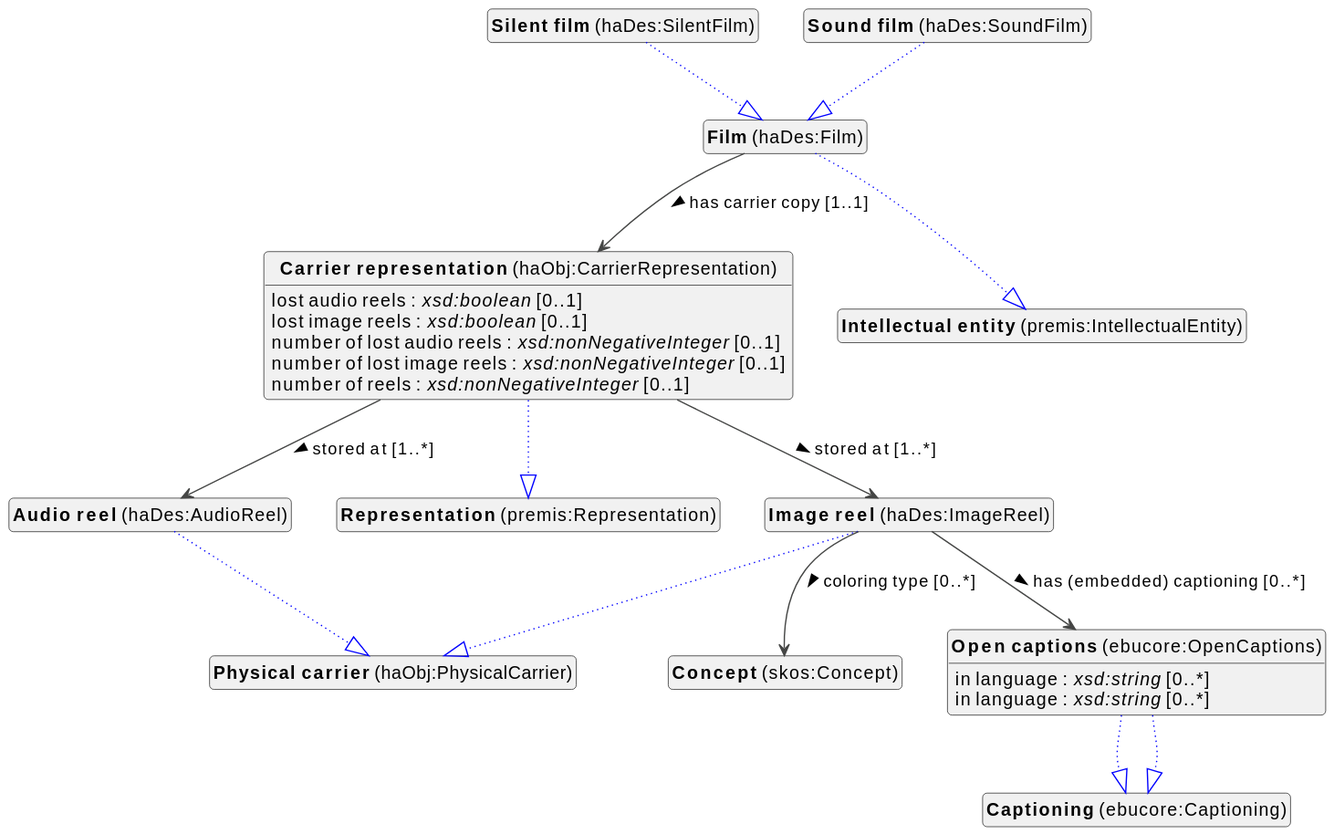
viaacode/documentation keeps this PlantUML diagram as docs/metadata/knowledge-graph/1.0.0/film/en/film-diagram.svg. Above is the earlier version.
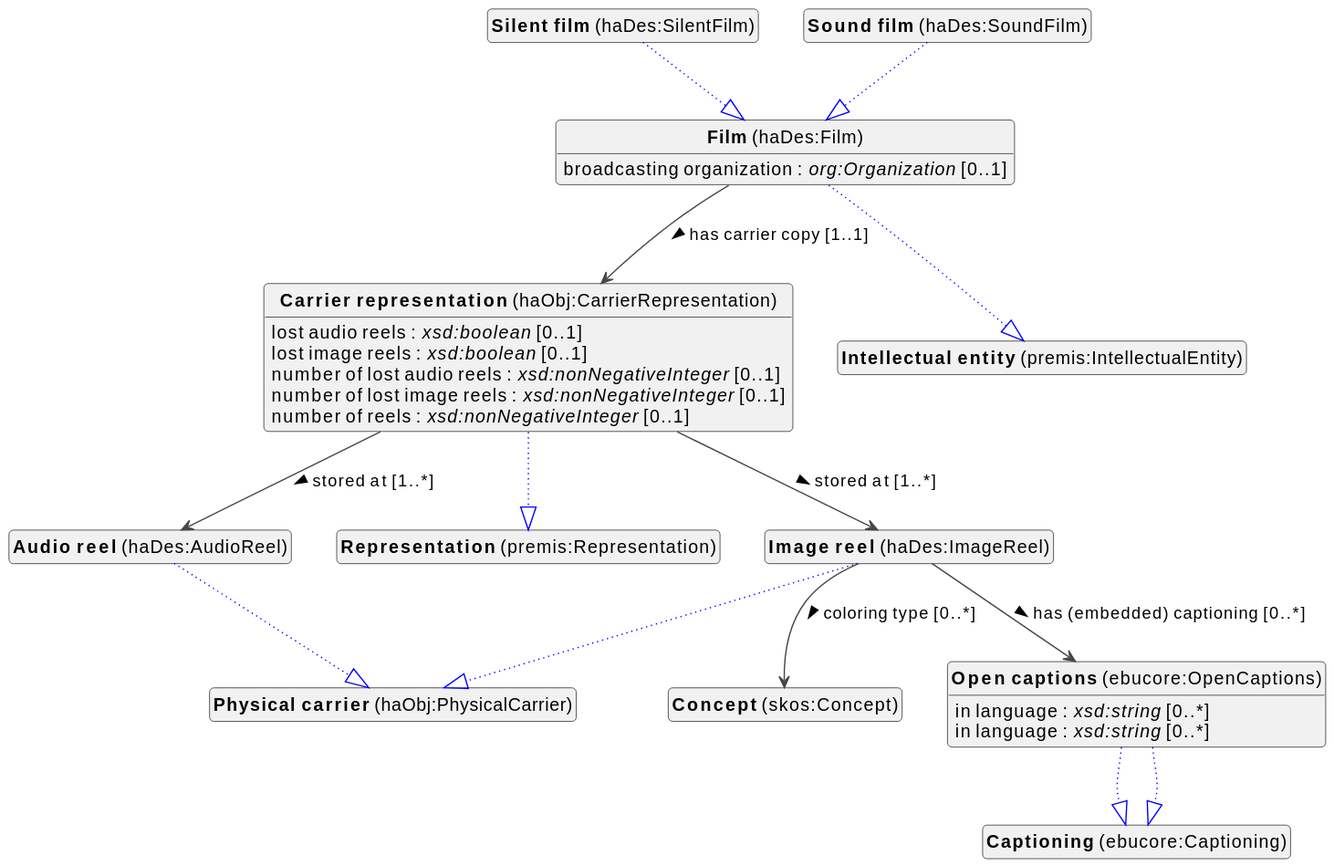
Later version of the same file.

What changed in the source:
```diff
@@ -14,7 +14,7 @@
 class "<b>Physical carrier</b> (haObj:PhysicalCarrier)" as haObj_PhysicalCarrier [[#haObj%3APhysicalCarrier]]
 class "<b>Carrier representation</b> (haObj:CarrierRepresentation)" as haObj_CarrierRepresentation [[../../audiovisual/en#haObj%3ACarrierRepresentation]]
 class "<b>Representation</b> (premis:Representation)" as premis_Representation [[#premis%3ARepresentation]]
-class "<b>Concept</b> (skos:Concept)" as skos_Concept [[../../terms/en#skos%3AConcept]]
+class "<b>Concept</b> (skos:Concept)" as skos_Concept [[../../rights/en#skos%3AConcept]]
 class "<b>Film</b> (haDes:Film)" as haDes_Film [[#haDes%3AFilm]]
 class "<b>Intellectual entity</b> (premis:IntellectualEntity)" as premis_IntellectualEntity [[#premis%3AIntellectualEntity]]
 class "<b>Image reel</b> (haDes:ImageReel)" as haDes_ImageReel [[#haDes%3AImageReel]]
@@ -47,7 +47,9 @@
 
 haDes_Film --|> premis_IntellectualEntity #blue;line.dotted;text:blue
 
+haDes_Film : broadcasting organization : <i>org:Organization</i> [0..1]
 haDes_Film --> haObj_CarrierRepresentation :has carrier copy [1..1]  >
+
 
 haDes_ImageReel --|> haObj_PhysicalCarrier #blue;line.dotted;text:blue
 
```
